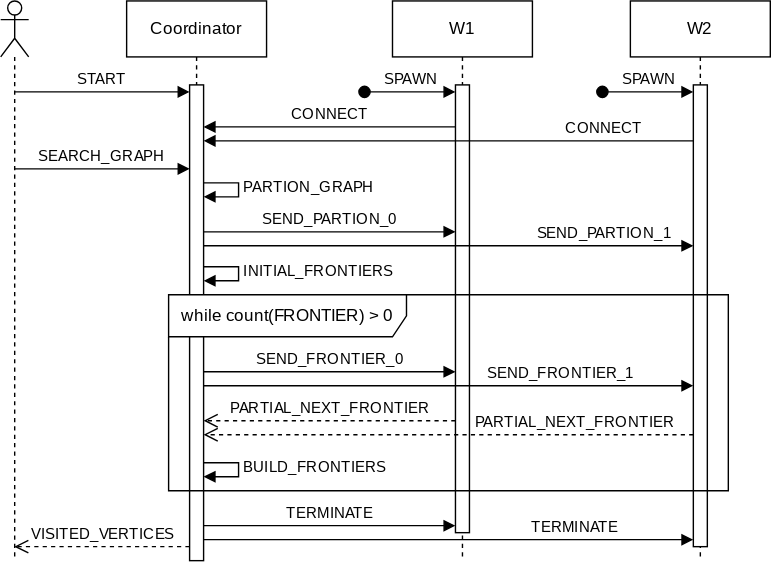
Before: hpc/Workshop/BFSAlgo/Figures/distributedSequence.svg, a diagram exported from draw.io (Mikkelnn/ESD6-Courses). Source tidied: cells renumbered, new cells last; positions are measured from the earlier drawing's top-left corner, leaving out a move shared by most shapes.
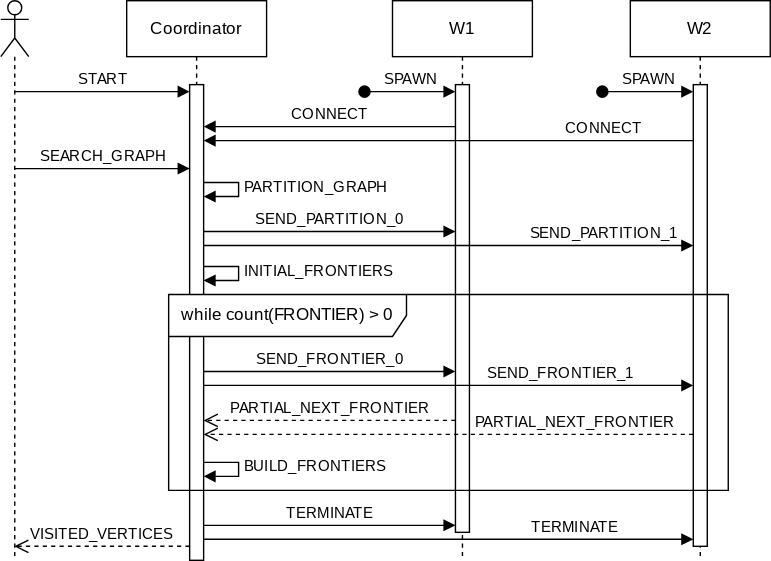
After the change.

The edit, as a diff of the source:
```diff
@@ -44,13 +44,13 @@
         <mxPoint x="260" y="65" as="sourcePoint" />
       </mxGeometry>
     </mxCell>
-    <mxCell id="11" value="SEND_PARTION_0" style="html=1;verticalAlign=bottom;endArrow=block;curved=0;rounded=0;fontFamily=latex;fontSource=http%3A%2F%2Fsourceforge.net%2Fprojects%2Fcm-unicode%2Ffiles%2FOldFiles%2Fcm-unicode-fix-0.6.3.tar.bz2%2Fdownload;" parent="1" edge="1">
+    <mxCell id="11" value="SEND_PARTITION_0" style="html=1;verticalAlign=bottom;endArrow=block;curved=0;rounded=0;fontFamily=latex;fontSource=http%3A%2F%2Fsourceforge.net%2Fprojects%2Fcm-unicode%2Ffiles%2FOldFiles%2Fcm-unicode-fix-0.6.3.tar.bz2%2Fdownload;" parent="1" edge="1">
       <mxGeometry relative="1" as="geometry">
         <mxPoint x="145" y="165" as="sourcePoint" />
         <mxPoint x="325" y="165" as="targetPoint" />
       </mxGeometry>
     </mxCell>
-    <mxCell id="12" value="SEND_PARTION_1" style="html=1;verticalAlign=bottom;endArrow=block;curved=0;rounded=0;fontFamily=latex;fontSource=http%3A%2F%2Fsourceforge.net%2Fprojects%2Fcm-unicode%2Ffiles%2FOldFiles%2Fcm-unicode-fix-0.6.3.tar.bz2%2Fdownload;" parent="1" edge="1">
+    <mxCell id="12" value="SEND_PARTITION_1" style="html=1;verticalAlign=bottom;endArrow=block;curved=0;rounded=0;fontFamily=latex;fontSource=http%3A%2F%2Fsourceforge.net%2Fprojects%2Fcm-unicode%2Ffiles%2FOldFiles%2Fcm-unicode-fix-0.6.3.tar.bz2%2Fdownload;" parent="1" edge="1">
       <mxGeometry x="0.63" relative="1" as="geometry">
         <mxPoint x="145" y="175" as="sourcePoint" />
         <mxPoint x="495" y="175" as="targetPoint" />
@@ -82,7 +82,7 @@
     <mxCell id="17" value="Coordinator" style="shape=umlLifeline;perimeter=lifelinePerimeter;whiteSpace=wrap;html=1;newEdgeStyle={&quot;edgeStyle&quot;:&quot;elbowEdgeStyle&quot;,&quot;elbow&quot;:&quot;vertical&quot;,&quot;curved&quot;:0,&quot;rounded&quot;:0};fontFamily=latex;fontSource=http%3A%2F%2Fsourceforge.net%2Fprojects%2Fcm-unicode%2Ffiles%2FOldFiles%2Fcm-unicode-fix-0.6.3.tar.bz2%2Fdownload;" parent="1" vertex="1">
       <mxGeometry x="90" width="100" height="400" as="geometry" />
     </mxCell>
-    <mxCell id="18" value="PARTION_GRAPH" style="html=1;align=left;spacingLeft=2;endArrow=block;rounded=0;edgeStyle=orthogonalEdgeStyle;curved=0;rounded=0;fontFamily=latex;fontSource=http%3A%2F%2Fsourceforge.net%2Fprojects%2Fcm-unicode%2Ffiles%2FOldFiles%2Fcm-unicode-fix-0.6.3.tar.bz2%2Fdownload;" parent="17" edge="1" target="19">
+    <mxCell id="18" value="PARTITION_GRAPH" style="html=1;align=left;spacingLeft=2;endArrow=block;rounded=0;edgeStyle=orthogonalEdgeStyle;curved=0;rounded=0;fontFamily=latex;fontSource=http%3A%2F%2Fsourceforge.net%2Fprojects%2Fcm-unicode%2Ffiles%2FOldFiles%2Fcm-unicode-fix-0.6.3.tar.bz2%2Fdownload;" parent="17" edge="1" target="19">
       <mxGeometry relative="1" as="geometry">
         <mxPoint x="50" y="130" as="sourcePoint" />
         <Array as="points">
```
